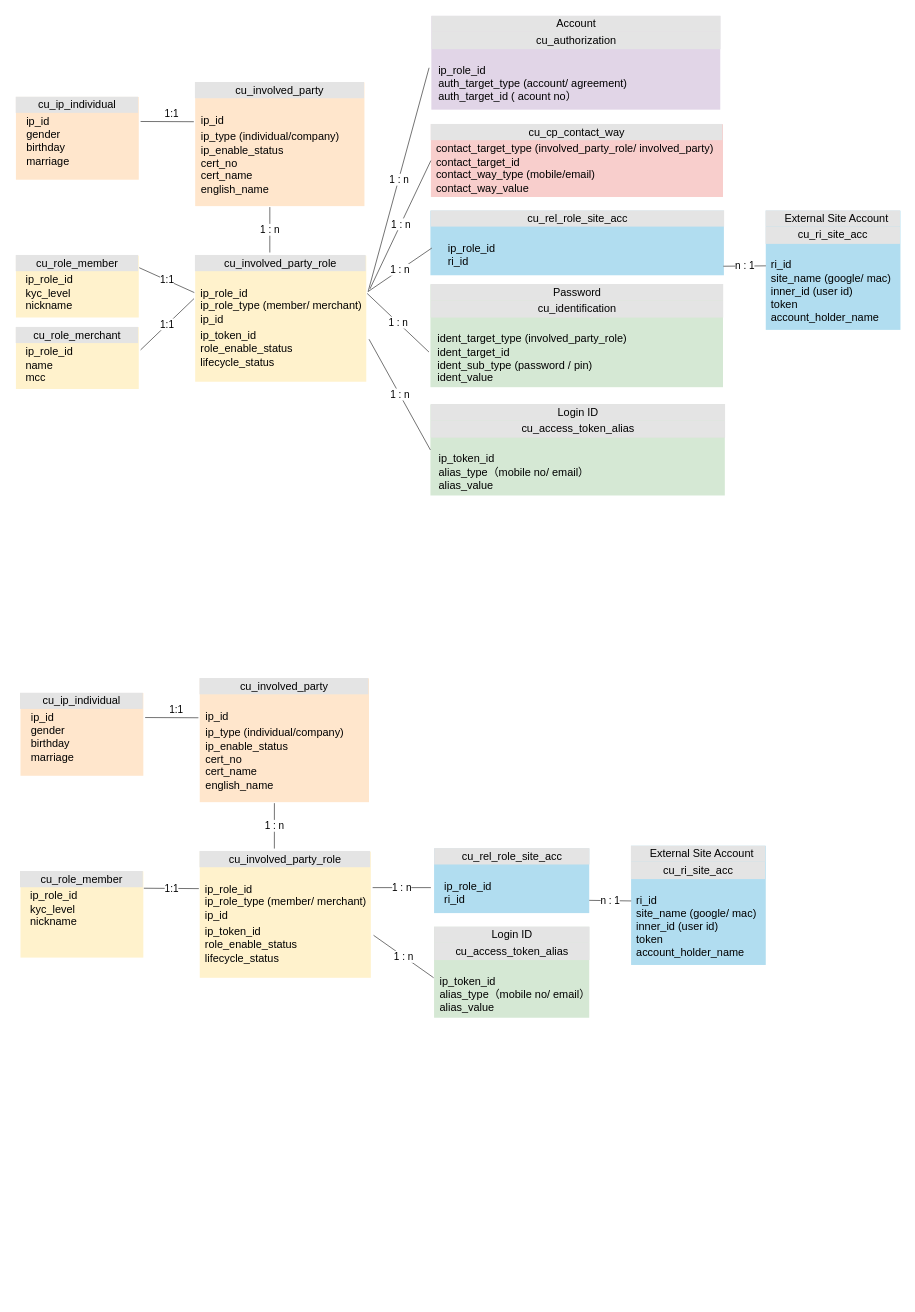
The draw.io diagram page "账号Model 英文" (10 of 18) of 会员账户.drawio in renqiuming/drawio, before the edit. Source tidied: cells renumbered, new cells numbered last; positions are measured from the earlier drawing's top-left corner, leaving out a move shared by most shapes. Both pictures are drawn from the tidied source at 91%, with x=0, y=0 at pixel (15, 15).
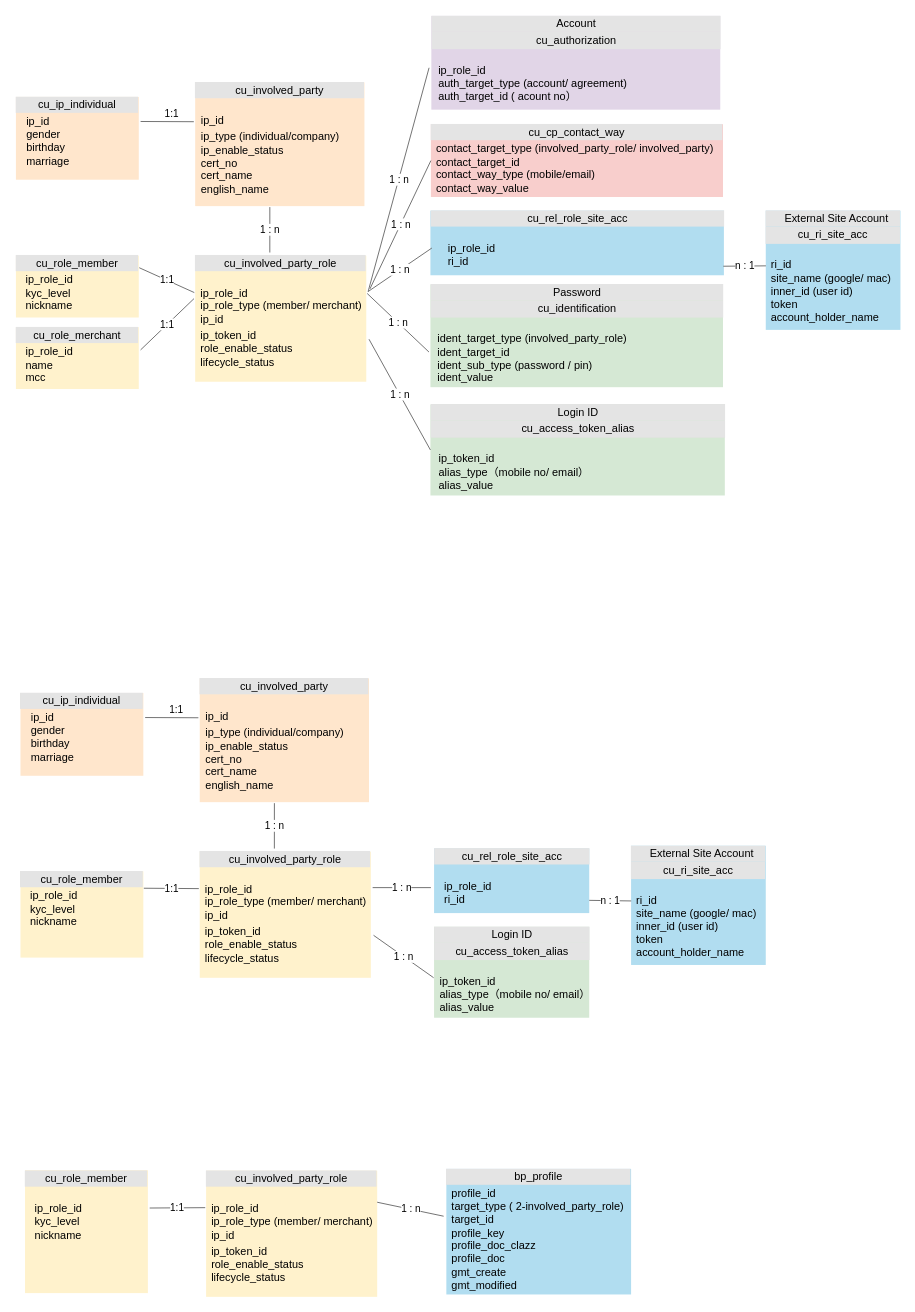
After the change.

Commit message:
更新会员账户.drawio

What changed in the source:
```diff
@@
+    <mxCell id="36" value="&lt;div style=&quot;box-sizing: border-box ; width: 100% ; background: #e4e4e4 ; padding: 2px&quot;&gt;cu_involved_party_role&lt;br&gt;&lt;/div&gt;&lt;table style=&quot;width: 100% ; font-size: 1em&quot; cellpadding=&quot;2&quot; cellspacing=&quot;0&quot;&gt;&lt;tbody&gt;&lt;tr&gt;&lt;td&gt;&lt;/td&gt;&lt;td&gt;&lt;div style=&quot;text-align: left&quot;&gt;&lt;span style=&quot;font-size: 1em&quot;&gt;&lt;br&gt;&lt;/span&gt;&lt;/div&gt;&lt;div style=&quot;text-align: left&quot;&gt;&lt;span style=&quot;font-size: 1em&quot;&gt;ip_role_id&lt;/span&gt;&lt;/div&gt;&lt;div style=&quot;text-align: left&quot;&gt;ip_role_type (member/ merchant)&lt;span style=&quot;font-size: 1em&quot;&gt;&lt;br&gt;&lt;/span&gt;&lt;/div&gt;&lt;div style=&quot;text-align: left&quot;&gt;&lt;span style=&quot;font-size: 1em&quot;&gt;ip_id&lt;/span&gt;&lt;/div&gt;&lt;/td&gt;&lt;/tr&gt;&lt;tr&gt;&lt;td style=&quot;text-align: left&quot;&gt;&lt;br&gt;&lt;/td&gt;&lt;td style=&quot;text-align: left&quot;&gt;ip_token_id&lt;br&gt;&lt;span style=&quot;font-size: 12px;&quot;&gt;role_enable_status&lt;br&gt;lifecycle_status&lt;/span&gt;&lt;br&gt;&lt;/td&gt;&lt;/tr&gt;&lt;tr&gt;&lt;td&gt;&lt;/td&gt;&lt;td&gt;&lt;br&gt;&lt;/td&gt;&lt;/tr&gt;&lt;/tbody&gt;&lt;/table&gt;" style="verticalAlign=top;align=center;overflow=fill;html=1;fillColor=#fff2cc;strokeColor=none;" parent="1" vertex="1">
+      <mxGeometry x="209" y="1269" width="188" height="138.6" as="geometry" />
+    </mxCell>
+    <mxCell id="37" value="&lt;div style=&quot;box-sizing: border-box ; width: 100% ; background: #e4e4e4 ; padding: 2px&quot;&gt;cu_role_member&lt;br&gt;&lt;/div&gt;&lt;table style=&quot;width: 100% ; font-size: 1em&quot; cellpadding=&quot;2&quot; cellspacing=&quot;0&quot;&gt;&lt;tbody&gt;&lt;tr&gt;&lt;td&gt;&lt;br&gt;&lt;br&gt;&lt;/td&gt;&lt;td style=&quot;text-align: left&quot;&gt;&lt;br&gt;ip_role_id&lt;br&gt;&lt;span style=&quot;font-size: 12px;&quot;&gt;kyc_level&lt;br&gt;nickname&lt;/span&gt;&lt;br&gt;&lt;/td&gt;&lt;/tr&gt;&lt;tr&gt;&lt;td style=&quot;text-align: left&quot;&gt;&lt;br&gt;&lt;/td&gt;&lt;td style=&quot;text-align: left&quot;&gt;&lt;br&gt;&lt;/td&gt;&lt;/tr&gt;&lt;tr&gt;&lt;td&gt;&lt;/td&gt;&lt;td&gt;&lt;br&gt;&lt;/td&gt;&lt;/tr&gt;&lt;/tbody&gt;&lt;/table&gt;" style="verticalAlign=top;align=center;overflow=fill;html=1;fillColor=#fff2cc;strokeColor=none;" parent="1" vertex="1">
+      <mxGeometry x="10" y="1268.5" width="135" height="135" as="geometry" />
+    </mxCell>
+    <mxCell id="38" value="1:1" style="endArrow=none;html=1;rounded=0;fillColor=#f5f5f5;strokeColor=#666666;gradientColor=#b3b3b3;" parent="1" edge="1">
+      <mxGeometry relative="1" as="geometry">
+        <mxPoint x="208" y="1309.6" as="sourcePoint" />
+        <mxPoint x="147" y="1310" as="targetPoint" />
+      </mxGeometry>
+    </mxCell>
+    <mxCell id="39" value="1 : n" style="endArrow=none;html=1;rounded=0;fillColor=#f5f5f5;strokeColor=#666666;gradientColor=#b3b3b3;entryX=1;entryY=0.25;entryDx=0;entryDy=0;" parent="1" edge="1" target="36">
+      <mxGeometry relative="1" as="geometry">
+        <mxPoint x="470" y="1319" as="sourcePoint" />
+      </mxGeometry>
+    </mxCell>
+    <mxCell id="40" value="&lt;div style=&quot;box-sizing: border-box ; width: 100% ; background: #e4e4e4 ; padding: 2px&quot;&gt;bp_profile&lt;br&gt;&lt;/div&gt;&lt;table style=&quot;width: 100% ; font-size: 1em&quot; cellpadding=&quot;2&quot; cellspacing=&quot;0&quot;&gt;&lt;tbody&gt;&lt;tr&gt;&lt;td&gt;&lt;/td&gt;&lt;td style=&quot;text-align: left&quot;&gt;&lt;span style=&quot;font-size: 12px;&quot;&gt;profile_id&lt;/span&gt;&lt;br&gt;target_type ( 2-involved_party_role)&lt;br&gt;&lt;span style=&quot;font-size: 12px;&quot;&gt;target_id&lt;/span&gt;&lt;br&gt;&lt;span style=&quot;font-size: 12px;&quot;&gt;profile_key&lt;/span&gt;&lt;br&gt;&lt;span style=&quot;font-size: 12px;&quot;&gt;profile_doc_clazz&lt;/span&gt;&lt;br&gt;&lt;span style=&quot;font-size: 12px;&quot;&gt;profile_doc&lt;br&gt;gmt_create&lt;br&gt;gmt_modified&lt;/span&gt;&lt;br&gt;&lt;/td&gt;&lt;/tr&gt;&lt;tr&gt;&lt;td style=&quot;text-align: left&quot;&gt;&lt;br&gt;&lt;/td&gt;&lt;td style=&quot;text-align: left&quot;&gt;&lt;br&gt;&lt;/td&gt;&lt;td&gt;&lt;div style=&quot;text-align: left&quot;&gt;&lt;br&gt;&lt;/div&gt;&lt;div style=&quot;text-align: left&quot;&gt;&lt;span style=&quot;font-size: 1em&quot;&gt;&lt;br&gt;&lt;/span&gt;&lt;/div&gt;&lt;div style=&quot;text-align: left&quot;&gt;&lt;br&gt;&lt;/div&gt;&lt;/td&gt;&lt;td&gt;&lt;/td&gt;&lt;td&gt;&lt;/td&gt;&lt;td&gt;&lt;/td&gt;&lt;/tr&gt;&lt;/tbody&gt;&lt;/table&gt;" style="verticalAlign=top;align=center;overflow=fill;html=1;fillColor=#b1ddf0;strokeColor=none;" parent="1" vertex="1">
+      <mxGeometry x="473" y="1267" width="203" height="138" as="geometry" />
+    </mxCell>
```
